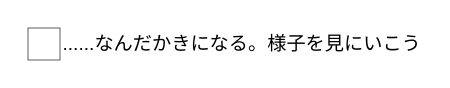
ll-vv/HiH keeps this draw.io diagram as page "Page-1" (1 of 2) of ｖｖ.drawio. Above is the earlier version. Source tidied: cells renumbered, new cells numbered last; positions are measured from the earlier drawing's top-left corner, leaving out a move shared by most shapes. Both pictures are drawn from the tidied source at 160%, with x=0, y=0 at pixel (27, 27).
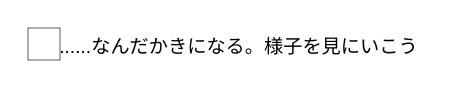
After the change.

The edit, as a diff of the source:
```diff
@@
 <mxGraphModel>
   <root>
     <mxCell id="0" />
     <mxCell id="1" parent="0" />
-    <mxCell id="2" value="&lt;div&gt;......なんだかきになる。様子を見にいこう&lt;br&gt;&lt;/div&gt;" style="html=1;fillColor=none;strokeColor=default;verticalAlign=middle;align=left;labelPosition=right;verticalLabelPosition=middle;strokeWidth=0.4;" parent="1" vertex="1">
+    <mxCell id="2" value="&lt;div&gt;......なんだかきになる。様子を見にいこう&lt;br&gt;&lt;/div&gt;" style="html=1;fillColor=none;strokeColor=default;verticalAlign=top;align=left;labelPosition=right;verticalLabelPosition=middle;strokeWidth=0.4;spacing=0;" parent="1" vertex="1">
       <mxGeometry width="20" height="20" as="geometry" />
     </mxCell>
   </root>
 </mxGraphModel>
```
